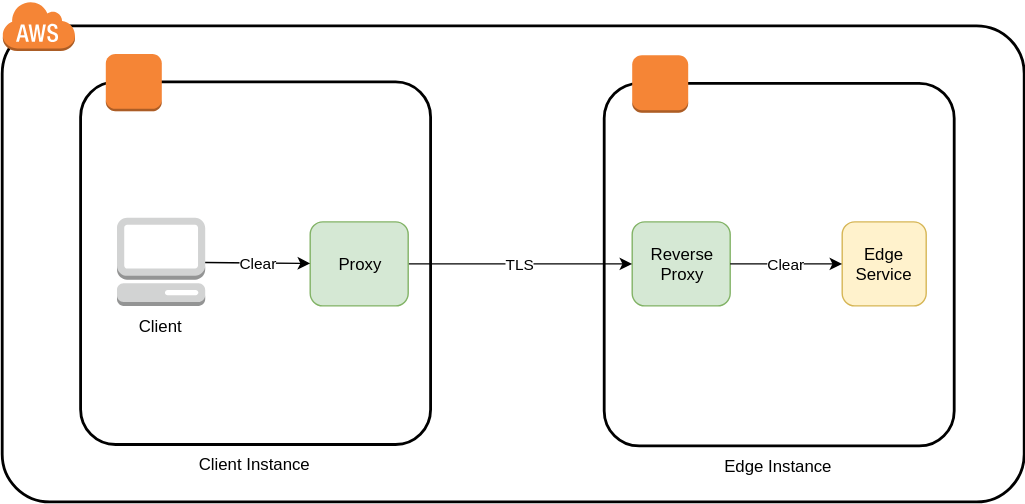
Earlier version of the draw.io export source/images/posts/edge_security_for_your_cloud_application_poc_arch.svg (noseka1/noseka1.github.io). Source tidied: cells renumbered, new cells last; positions are measured from the earlier drawing's top-left corner, leaving out a move shared by most shapes.
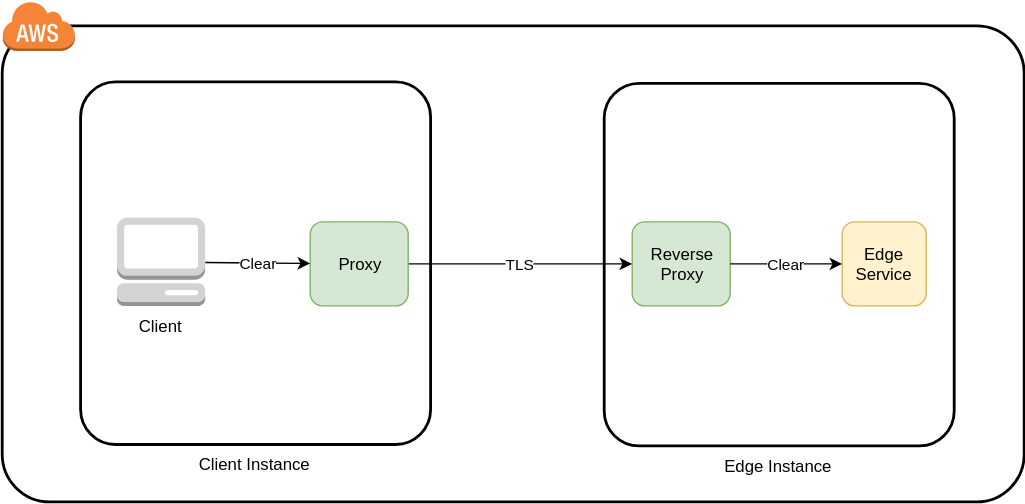
Later version of the same file.

Commit message:
Improve Edge Security for Your Cloud Application, Part I and II

Change to the diagram source:
```diff
@@ -14,9 +14,6 @@
     <mxCell id="5" value="Edge Instance" style="rounded=1;arcSize=10;dashed=0;strokeColor=#000000;fillColor=none;gradientColor=none;strokeWidth=2;labelPosition=center;verticalLabelPosition=bottom;align=center;verticalAlign=top;" parent="1" vertex="1">
       <mxGeometry x="430" y="59" width="250" height="259" as="geometry" />
     </mxCell>
-    <mxCell id="6" style="dashed=0;html=1;shape=mxgraph.aws3.instance;fillColor=#F58536;gradientColor=none;dashed=0;" parent="1" vertex="1">
-      <mxGeometry x="450" y="39" width="40" height="41" as="geometry" />
-    </mxCell>
     <mxCell id="7" value="Reverse&lt;div&gt;Proxy&lt;/div&gt;" style="rounded=1;whiteSpace=wrap;html=1;fillColor=#d5e8d4;strokeColor=#82b366;" parent="1" vertex="1">
       <mxGeometry x="450" y="158" width="70" height="60" as="geometry" />
     </mxCell>
@@ -38,8 +35,5 @@
     <mxCell id="13" value="Clear" style="endArrow=classic;html=1;fontSize=11;exitX=1;exitY=0.5;exitPerimeter=0;" parent="1" edge="1" source="4" target="12">
       <mxGeometry relative="1" as="geometry" />
     </mxCell>
-    <mxCell id="14" style="dashed=0;html=1;shape=mxgraph.aws3.instance;fillColor=#F58536;gradientColor=none;dashed=0;" parent="1" vertex="1">
-      <mxGeometry x="74" y="38" width="40" height="41" as="geometry" />
-    </mxCell>
   </root>
 </mxGraphModel>
```
